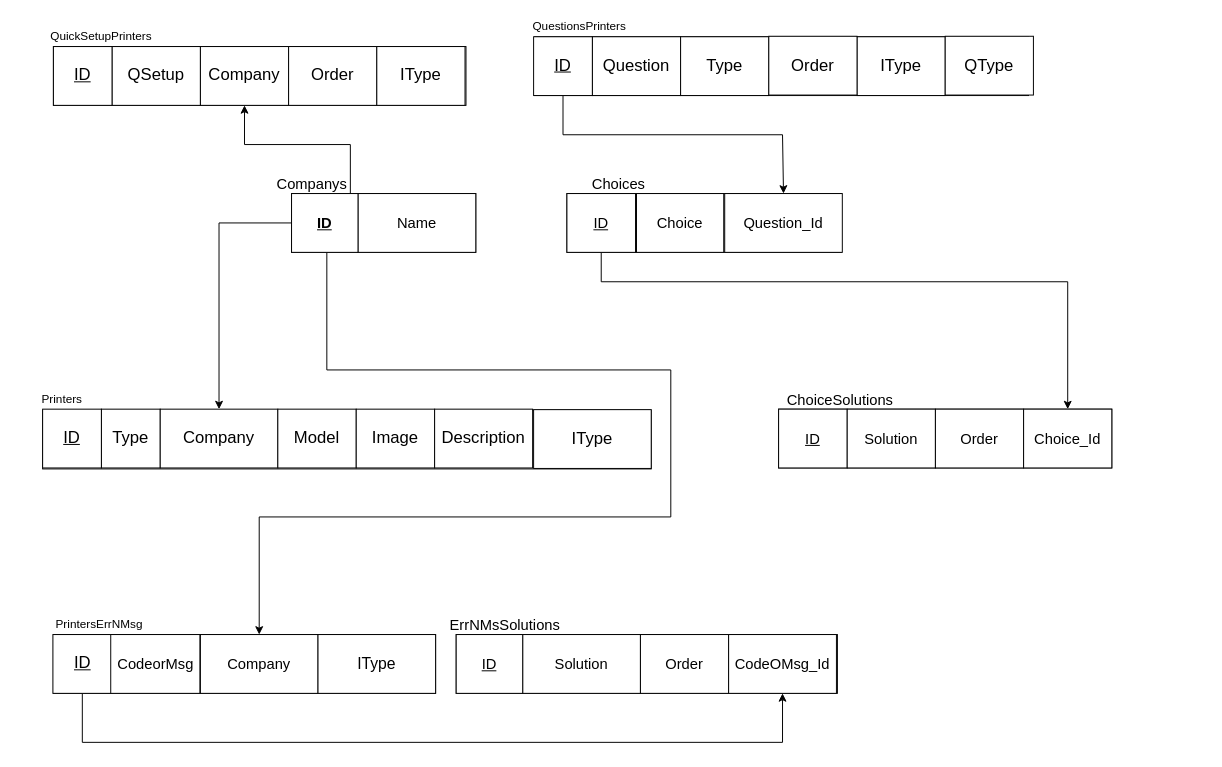
This is SchemaDiagram.drawio from SarahAminn/FixBoxExpertSystem, a draw.io file, before an edit. Source tidied: cells renumbered, new cells numbered last; positions are measured from the earlier drawing's top-left corner, leaving out a move shared by most shapes. Both pictures are drawn from the tidied source at 98%, with x=0, y=0 at pixel (42, 17).
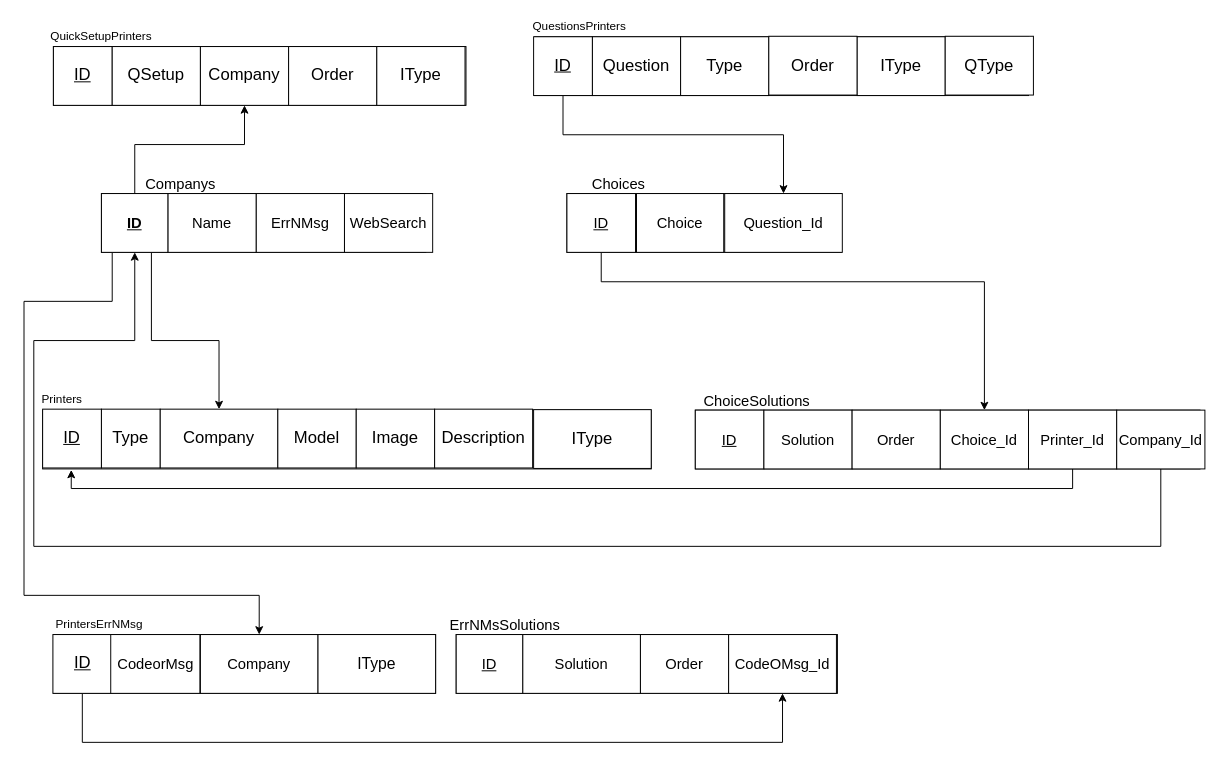
Above is the later version.

The change refers to these unchanged cells:
```xml
<mxCell id="6" value="&lt;span&gt;&lt;font style=&quot;font-size: 17px&quot;&gt;Company&lt;/font&gt;&lt;/span&gt;" style="rounded=0;whiteSpace=wrap;html=1;fontStyle=0;" parent="1" vertex="1">
  <mxGeometry x="161" y="30" width="90" height="60" as="geometry" />
</mxCell>
<mxCell id="9" style="rounded=0;whiteSpace=wrap;html=1;" parent="1" vertex="1">
  <mxGeometry y="401" width="621" height="60" as="geometry" />
</mxCell>
<mxCell id="13" value="&lt;span&gt;&lt;font style=&quot;font-size: 17px&quot;&gt;Company&lt;/font&gt;&lt;/span&gt;" style="rounded=0;whiteSpace=wrap;html=1;fontStyle=0;" parent="1" vertex="1">
  <mxGeometry x="120" y="400" width="120" height="60" as="geometry" />
</mxCell>
<mxCell id="21" value="&lt;u&gt;&lt;font style=&quot;font-size: 17px&quot;&gt;ID&lt;/font&gt;&lt;/u&gt;" style="rounded=0;whiteSpace=wrap;html=1;" parent="1" vertex="1">
  <mxGeometry x="501" y="20" width="60" height="60" as="geometry" />
</mxCell>
<mxCell id="33" value="Company" style="rounded=0;whiteSpace=wrap;html=1;fontSize=15;" parent="1" vertex="1">
  <mxGeometry x="161" y="630" width="120" height="60" as="geometry" />
</mxCell>
<mxCell id="56" value="&lt;u&gt;ID&lt;/u&gt;" style="rounded=0;whiteSpace=wrap;html=1;fontSize=15;" parent="1" vertex="1">
  <mxGeometry x="535" y="180" width="70" height="60" as="geometry" />
</mxCell>
<mxCell id="57" value="&lt;span&gt;Question_Id&lt;/span&gt;" style="rounded=0;whiteSpace=wrap;html=1;fontSize=15;fontStyle=0;" parent="1" vertex="1">
  <mxGeometry x="696" y="180" width="120" height="60" as="geometry" />
</mxCell>
```

The edit, as a diff of the source:
```diff
@@
     <mxCell id="20" style="edgeStyle=orthogonalEdgeStyle;rounded=0;jettySize=auto;html=1;entryX=0.5;entryY=0;entryDx=0;entryDy=0;fontSize=15;" parent="1" edge="1" source="21" target="57">
       <mxGeometry relative="1" as="geometry">
         <Array as="points">
           <mxPoint x="531" y="120" />
-          <mxPoint x="755" y="120" />
+          <mxPoint x="756" y="120" />
         </Array>
       </mxGeometry>
     </mxCell>
@@
     <mxCell id="24" style="rounded=0;whiteSpace=wrap;html=1;fontStyle=0;" parent="1" vertex="1">
-      <mxGeometry x="751" y="400" width="340" height="60" as="geometry" />
+      <mxGeometry x="666" y="401" width="515" height="60" as="geometry" />
     </mxCell>
@@
     <mxCell id="36" style="rounded=0;whiteSpace=wrap;html=1;fontSize=15;" parent="1" vertex="1">
-      <mxGeometry x="254" y="180" width="188" height="60" as="geometry" />
+      <mxGeometry x="60" y="180" width="331" height="60" as="geometry" />
     </mxCell>
     <mxCell id="37" value="Companys" style="text;html=1;strokeColor=none;fillColor=none;align=center;verticalAlign=middle;whiteSpace=wrap;rounded=0;fontSize=15;" parent="1" vertex="1">
-      <mxGeometry x="255" y="160" width="40" height="20" as="geometry" />
+      <mxGeometry x="121" y="160" width="40" height="20" as="geometry" />
     </mxCell>
     <mxCell id="38" style="edgeStyle=orthogonalEdgeStyle;rounded=0;jettySize=auto;html=1;entryX=0.5;entryY=1;entryDx=0;entryDy=0;fontSize=15;" parent="1" edge="1" source="41" target="6">
       <mxGeometry relative="1" as="geometry">
         <Array as="points">
-          <mxPoint x="314" y="130" />
+          <mxPoint x="94" y="130" />
           <mxPoint x="206" y="130" />
         </Array>
       </mxGeometry>
     </mxCell>
     <mxCell id="39" style="edgeStyle=orthogonalEdgeStyle;rounded=0;jettySize=auto;html=1;entryX=0.5;entryY=0;entryDx=0;entryDy=0;fontSize=15;" parent="1" edge="1" source="41" target="13">
       <mxGeometry relative="1" as="geometry">
         <Array as="points">
-          <mxPoint x="180" y="210" />
+          <mxPoint x="111" y="330" />
+          <mxPoint x="180" y="330" />
         </Array>
       </mxGeometry>
     </mxCell>
     <mxCell id="40" style="edgeStyle=orthogonalEdgeStyle;rounded=0;jettySize=auto;html=1;entryX=0.5;entryY=0;entryDx=0;entryDy=0;fontSize=15;" parent="1" edge="1" source="41" target="33">
       <mxGeometry relative="1" as="geometry">
         <Array as="points">
-          <mxPoint x="290" y="360" />
-          <mxPoint x="641" y="360" />
-          <mxPoint x="641" y="510" />
-          <mxPoint x="221" y="510" />
+          <mxPoint x="71" y="290" />
+          <mxPoint x="-19" y="290" />
+          <mxPoint x="-19" y="590" />
+          <mxPoint x="221" y="590" />
         </Array>
       </mxGeometry>
     </mxCell>
     <mxCell id="41" value="&lt;u&gt;ID&lt;/u&gt;" style="rounded=0;whiteSpace=wrap;html=1;fontSize=15;fontStyle=1;" parent="1" vertex="1">
-      <mxGeometry x="254" y="180" width="68" height="60" as="geometry" />
+      <mxGeometry x="60" y="180" width="68" height="60" as="geometry" />
     </mxCell>
     <mxCell id="42" value="Name" style="rounded=0;whiteSpace=wrap;html=1;fontSize=15;" parent="1" vertex="1">
-      <mxGeometry x="322" y="180" width="120" height="60" as="geometry" />
+      <mxGeometry x="128" y="180" width="90" height="60" as="geometry" />
     </mxCell>
     <mxCell id="43" value="&lt;u&gt;ID&lt;/u&gt;" style="rounded=0;whiteSpace=wrap;html=1;fontSize=15;" parent="1" vertex="1">
-      <mxGeometry x="751" y="400" width="70" height="60" as="geometry" />
+      <mxGeometry x="666" y="401" width="70" height="60" as="geometry" />
     </mxCell>
     <mxCell id="44" value="Solution" style="rounded=0;whiteSpace=wrap;html=1;fontSize=15;" parent="1" vertex="1">
-      <mxGeometry x="821" y="400" width="90" height="60" as="geometry" />
+      <mxGeometry x="736" y="401" width="90" height="60" as="geometry" />
     </mxCell>
     <mxCell id="45" value="Order" style="rounded=0;whiteSpace=wrap;html=1;fontSize=15;" parent="1" vertex="1">
-      <mxGeometry x="911" y="400" width="90" height="60" as="geometry" />
+      <mxGeometry x="826" y="401" width="90" height="60" as="geometry" />
     </mxCell>
     <mxCell id="46" value="Choice_Id" style="rounded=0;whiteSpace=wrap;html=1;fontSize=15;" parent="1" vertex="1">
-      <mxGeometry x="1001" y="400" width="90" height="60" as="geometry" />
+      <mxGeometry x="916" y="401" width="90" height="60" as="geometry" />
     </mxCell>
     <mxCell id="47" value="ChoiceSolutions" style="text;html=1;strokeColor=none;fillColor=none;align=center;verticalAlign=middle;whiteSpace=wrap;rounded=0;fontSize=15;" parent="1" vertex="1">
-      <mxGeometry x="794" y="380" width="40" height="20" as="geometry" />
+      <mxGeometry x="709" y="381" width="40" height="20" as="geometry" />
     </mxCell>
@@
     <mxCell id="55" style="edgeStyle=orthogonalEdgeStyle;rounded=0;jettySize=auto;html=1;entryX=0.5;entryY=0;entryDx=0;entryDy=0;fontSize=15;" parent="1" edge="1" source="56" target="46">
       <mxGeometry relative="1" as="geometry">
         <Array as="points">
           <mxPoint x="570" y="270" />
-          <mxPoint x="1046" y="270" />
+          <mxPoint x="961" y="270" />
         </Array>
       </mxGeometry>
     </mxCell>
@@
+    <mxCell id="59" value="ErrNMsg" style="rounded=0;whiteSpace=wrap;html=1;fontSize=15;" parent="1" vertex="1">
+      <mxGeometry x="218" y="180" width="90" height="60" as="geometry" />
+    </mxCell>
+    <mxCell id="60" value="WebSearch" style="rounded=0;whiteSpace=wrap;html=1;fontSize=15;" parent="1" vertex="1">
+      <mxGeometry x="308" y="180" width="90" height="60" as="geometry" />
+    </mxCell>
+    <mxCell id="61" style="edgeStyle=orthogonalEdgeStyle;rounded=0;jettySize=auto;html=1;exitX=0.5;exitY=1;exitDx=0;exitDy=0;entryX=0.047;entryY=1.017;entryDx=0;entryDy=0;entryPerimeter=0;" parent="1" edge="1" source="62" target="9">
+      <mxGeometry relative="1" as="geometry" />
+    </mxCell>
+    <mxCell id="62" value="Printer_Id" style="rounded=0;whiteSpace=wrap;html=1;fontSize=15;" parent="1" vertex="1">
+      <mxGeometry x="1006" y="401" width="90" height="60" as="geometry" />
+    </mxCell>
+    <mxCell id="63" style="edgeStyle=orthogonalEdgeStyle;rounded=0;jettySize=auto;html=1;exitX=0.5;exitY=1;exitDx=0;exitDy=0;entryX=0.5;entryY=1;entryDx=0;entryDy=0;" parent="1" edge="1" source="64" target="41">
+      <mxGeometry relative="1" as="geometry">
+        <Array as="points">
+          <mxPoint x="1141" y="540" />
+          <mxPoint x="-9" y="540" />
+          <mxPoint x="-9" y="330" />
+          <mxPoint x="94" y="330" />
+        </Array>
+      </mxGeometry>
+    </mxCell>
+    <mxCell id="64" value="Company_Id" style="rounded=0;whiteSpace=wrap;html=1;fontSize=15;" parent="1" vertex="1">
+      <mxGeometry x="1096" y="401" width="90" height="60" as="geometry" />
+    </mxCell>
```
